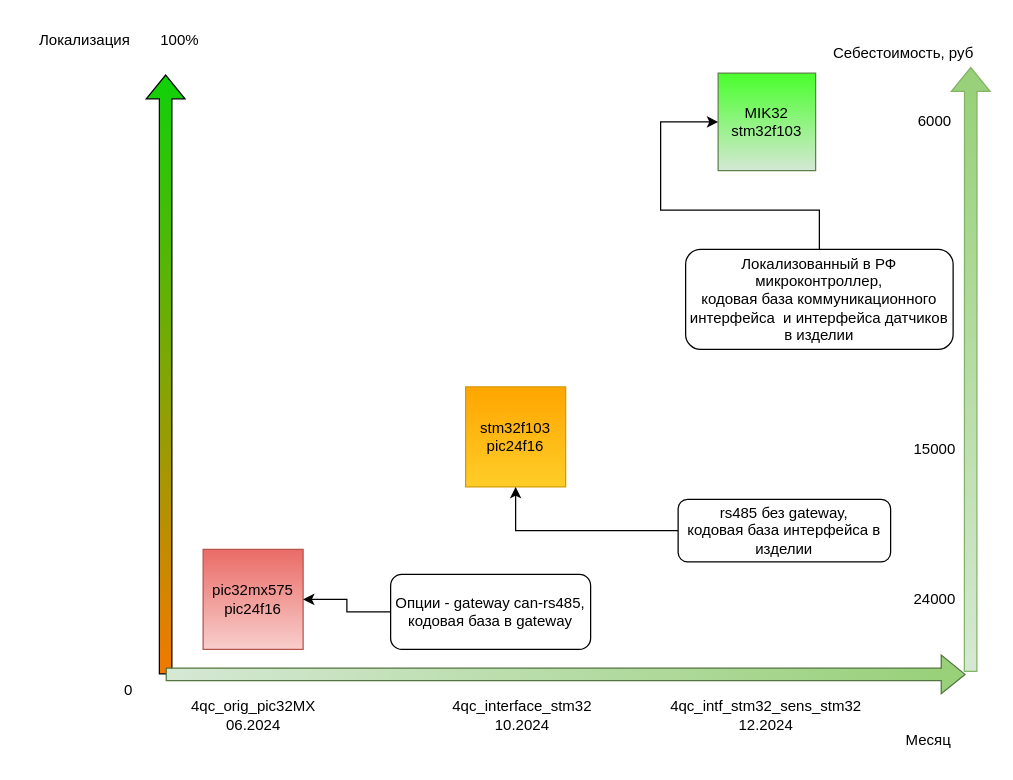
megavad/Diagrams keeps this draw.io diagram as 4qc_roadmap.drawio. Above is the earlier version. Source tidied: cells renumbered, new cells numbered last; positions are measured from the earlier drawing's top-left corner, leaving out a move shared by most shapes. Both pictures are drawn from the tidied source at 125%, with x=0, y=0 at pixel (21, 21).
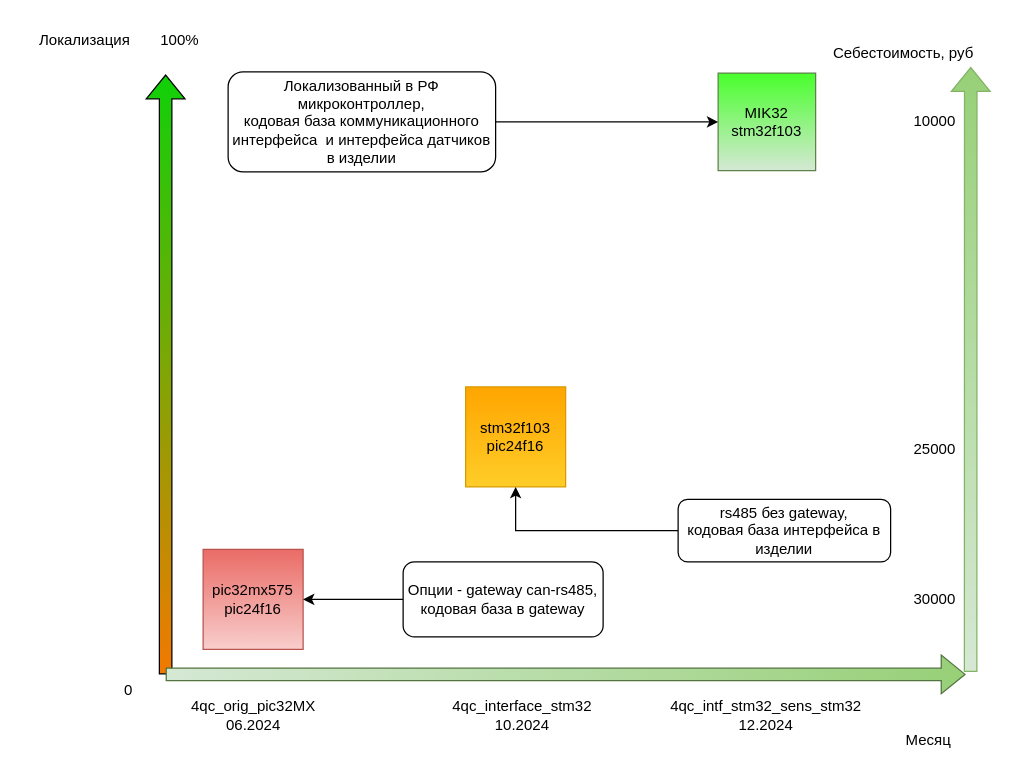
After the change.

The edit, as a diff of the source:
```diff
@@
-    <mxCell id="16" value="6000" style="text;html=1;align=center;verticalAlign=middle;strokeColor=none;fillColor=none;" parent="1" vertex="1">
-      <mxGeometry x="705" y="65" width="50" height="30" as="geometry" />
+    <mxCell id="16" value="10000" style="text;html=1;align=center;verticalAlign=middle;strokeColor=none;fillColor=none;" parent="1" vertex="1">
+      <mxGeometry x="700" y="65" width="60" height="30" as="geometry" />
     </mxCell>
-    <mxCell id="17" value="15000" style="text;html=1;align=center;verticalAlign=middle;strokeColor=none;fillColor=none;" parent="1" vertex="1">
+    <mxCell id="17" value="25000" style="text;html=1;align=center;verticalAlign=middle;strokeColor=none;fillColor=none;" parent="1" vertex="1">
       <mxGeometry x="700" y="327" width="60" height="30" as="geometry" />
     </mxCell>
-    <mxCell id="18" value="24000" style="text;html=1;align=center;verticalAlign=middle;strokeColor=none;fillColor=none;" parent="1" vertex="1">
+    <mxCell id="18" value="30000" style="text;html=1;align=center;verticalAlign=middle;strokeColor=none;fillColor=none;" parent="1" vertex="1">
       <mxGeometry x="700" y="447" width="60" height="30" as="geometry" />
     </mxCell>
@@
     <mxCell id="22" value="Опции - gateway can-rs485, кодовая база в gateway" style="rounded=1;whiteSpace=wrap;html=1;" parent="1" vertex="1">
-      <mxGeometry x="295" y="442" width="160" height="60" as="geometry" />
+      <mxGeometry x="305" y="432" width="160" height="60" as="geometry" />
     </mxCell>
@@
     <mxCell id="24" value="Локализованный в РФ микроконтроллер,&lt;div&gt;кодовая база коммуникационного интерфейса &amp;nbsp;и интерфейса датчиков в изделии&lt;/div&gt;" style="rounded=1;whiteSpace=wrap;html=1;" parent="1" vertex="1">
-      <mxGeometry x="531" y="182" width="214" height="80" as="geometry" />
+      <mxGeometry x="165" y="40" width="214" height="80" as="geometry" />
     </mxCell>
```
